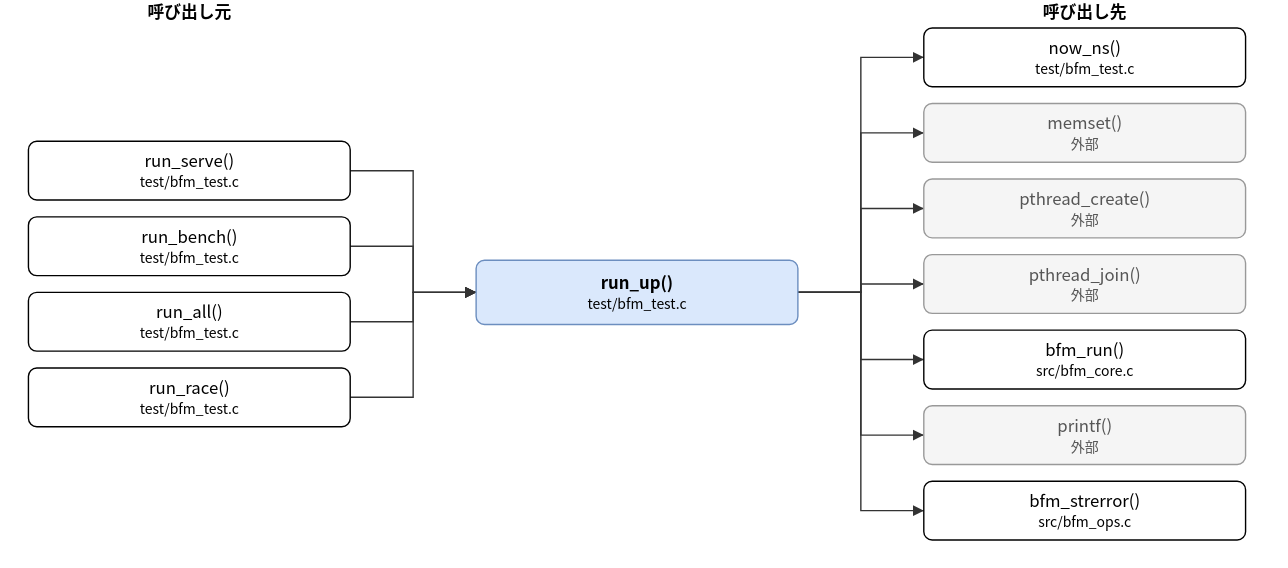
The draw.io diagram doc/spec/images/call_test_bfm_test-run_up.drawio.svg in hf355051012-ai/bfmem, before a commit. Source tidied: cells renumbered, new cells last; positions are measured from the earlier drawing's top-left corner, leaving out a move shared by most shapes.
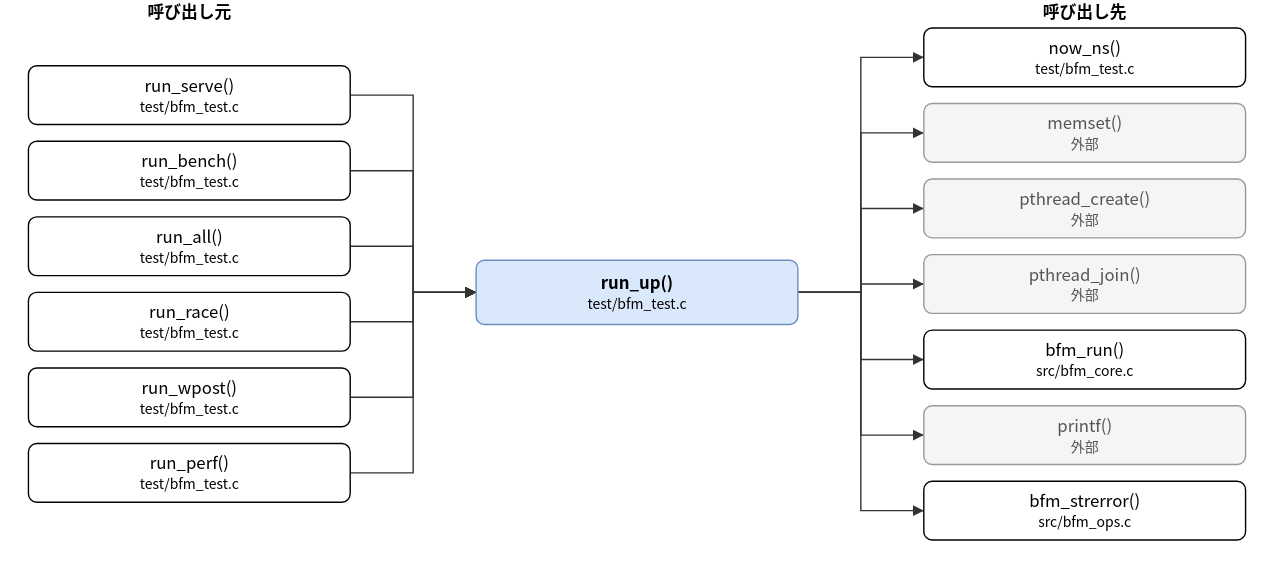
After the change.

What changed in the source:
```diff
@@ -6,17 +6,23 @@
       <mxGeometry x="320" y="186" width="230" height="46" as="geometry" />
     </mxCell>
     <mxCell id="3" value="run_serve()&lt;br&gt;&lt;font style=&quot;font-size:10px&quot;&gt;test/bfm_test.c&lt;/font&gt;" style="rounded=1;whiteSpace=wrap;html=1;" parent="1" vertex="1">
-      <mxGeometry y="101" width="230" height="42" as="geometry" />
+      <mxGeometry y="47" width="230" height="42" as="geometry" />
     </mxCell>
     <mxCell id="4" value="run_bench()&lt;br&gt;&lt;font style=&quot;font-size:10px&quot;&gt;test/bfm_test.c&lt;/font&gt;" style="rounded=1;whiteSpace=wrap;html=1;" parent="1" vertex="1">
-      <mxGeometry y="155" width="230" height="42" as="geometry" />
+      <mxGeometry y="101" width="230" height="42" as="geometry" />
     </mxCell>
     <mxCell id="5" value="run_all()&lt;br&gt;&lt;font style=&quot;font-size:10px&quot;&gt;test/bfm_test.c&lt;/font&gt;" style="rounded=1;whiteSpace=wrap;html=1;" parent="1" vertex="1">
-      <mxGeometry y="209" width="230" height="42" as="geometry" />
+      <mxGeometry y="155" width="230" height="42" as="geometry" />
     </mxCell>
     <mxCell id="6" value="run_race()&lt;br&gt;&lt;font style=&quot;font-size:10px&quot;&gt;test/bfm_test.c&lt;/font&gt;" style="rounded=1;whiteSpace=wrap;html=1;" parent="1" vertex="1">
-      <mxGeometry y="263" width="230" height="42" as="geometry" />
+      <mxGeometry y="209" width="230" height="42" as="geometry" />
     </mxCell>
+    <mxCell id="27" value="run_wpost()&lt;br&gt;&lt;font style=&quot;font-size:10px&quot;&gt;test/bfm_test.c&lt;/font&gt;" style="rounded=1;whiteSpace=wrap;html=1;" parent="1" vertex="1">
+      <mxGeometry y="263" width="230" height="42" as="geometry" />
+    </mxCell>
+    <mxCell id="28" value="run_perf()&lt;br&gt;&lt;font style=&quot;font-size:10px&quot;&gt;test/bfm_test.c&lt;/font&gt;" style="rounded=1;whiteSpace=wrap;html=1;" parent="1" vertex="1">
+      <mxGeometry y="317" width="230" height="42" as="geometry" />
+    </mxCell>
     <mxCell id="7" value="now_ns()&lt;br&gt;&lt;font style=&quot;font-size:10px&quot;&gt;test/bfm_test.c&lt;/font&gt;" style="rounded=1;whiteSpace=wrap;html=1;" parent="1" vertex="1">
       <mxGeometry x="640" y="20" width="230" height="42" as="geometry" />
     </mxCell>
@@ -41,7 +47,7 @@
     <mxCell id="14" style="edgeStyle=none;html=1;rounded=0;endArrow=block;endFill=1;exitX=1.0000;exitY=0.5000;exitDx=0;exitDy=0;exitPerimeter=0;entryX=0.0000;entryY=0.5000;entryDx=0;entryDy=0;entryPerimeter=0;" parent="1" edge="1" source="3" target="2">
       <mxGeometry relative="1" as="geometry">
         <Array as="points">
-          <mxPoint x="275" y="122" />
+          <mxPoint x="275" y="68" />
           <mxPoint x="275" y="209" />
         </Array>
       </mxGeometry>
@@ -49,7 +55,7 @@
     <mxCell id="15" style="edgeStyle=none;html=1;rounded=0;endArrow=block;endFill=1;exitX=1.0000;exitY=0.5000;exitDx=0;exitDy=0;exitPerimeter=0;entryX=0.0000;entryY=0.5000;entryDx=0;entryDy=0;entryPerimeter=0;" parent="1" edge="1" source="4" target="2">
       <mxGeometry relative="1" as="geometry">
         <Array as="points">
-          <mxPoint x="275" y="176" />
+          <mxPoint x="275" y="122" />
           <mxPoint x="275" y="209" />
         </Array>
       </mxGeometry>
@@ -57,7 +63,7 @@
     <mxCell id="16" style="edgeStyle=none;html=1;rounded=0;endArrow=block;endFill=1;exitX=1.0000;exitY=0.5000;exitDx=0;exitDy=0;exitPerimeter=0;entryX=0.0000;entryY=0.5000;entryDx=0;entryDy=0;entryPerimeter=0;" parent="1" edge="1" source="5" target="2">
       <mxGeometry relative="1" as="geometry">
         <Array as="points">
-          <mxPoint x="275" y="230" />
+          <mxPoint x="275" y="176" />
           <mxPoint x="275" y="209" />
         </Array>
       </mxGeometry>
@@ -65,67 +71,83 @@
     <mxCell id="17" style="edgeStyle=none;html=1;rounded=0;endArrow=block;endFill=1;exitX=1.0000;exitY=0.5000;exitDx=0;exitDy=0;exitPerimeter=0;entryX=0.0000;entryY=0.5000;entryDx=0;entryDy=0;entryPerimeter=0;" parent="1" edge="1" source="6" target="2">
       <mxGeometry relative="1" as="geometry">
         <Array as="points">
-          <mxPoint x="275" y="284" />
+          <mxPoint x="275" y="230" />
           <mxPoint x="275" y="209" />
         </Array>
       </mxGeometry>
     </mxCell>
-    <mxCell id="18" style="edgeStyle=none;html=1;rounded=0;endArrow=block;endFill=1;exitX=1.0000;exitY=0.5000;exitDx=0;exitDy=0;exitPerimeter=0;entryX=0.0000;entryY=0.5000;entryDx=0;entryDy=0;entryPerimeter=0;" parent="1" edge="1" source="2" target="7">
+    <mxCell id="18" style="edgeStyle=none;html=1;rounded=0;endArrow=block;endFill=1;exitX=1.0000;exitY=0.5000;exitDx=0;exitDy=0;exitPerimeter=0;entryX=0.0000;entryY=0.5000;entryDx=0;entryDy=0;entryPerimeter=0;" parent="1" edge="1" source="27" target="2">
       <mxGeometry relative="1" as="geometry">
         <Array as="points">
-          <mxPoint x="595" y="209" />
-          <mxPoint x="595" y="41" />
+          <mxPoint x="275" y="284" />
+          <mxPoint x="275" y="209" />
         </Array>
       </mxGeometry>
     </mxCell>
-    <mxCell id="19" style="edgeStyle=none;html=1;rounded=0;endArrow=block;endFill=1;exitX=1.0000;exitY=0.5000;exitDx=0;exitDy=0;exitPerimeter=0;entryX=0.0000;entryY=0.5000;entryDx=0;entryDy=0;entryPerimeter=0;" parent="1" edge="1" source="2" target="8">
+    <mxCell id="19" style="edgeStyle=none;html=1;rounded=0;endArrow=block;endFill=1;exitX=1.0000;exitY=0.5000;exitDx=0;exitDy=0;exitPerimeter=0;entryX=0.0000;entryY=0.5000;entryDx=0;entryDy=0;entryPerimeter=0;" parent="1" edge="1" source="28" target="2">
       <mxGeometry relative="1" as="geometry">
         <Array as="points">
-          <mxPoint x="595" y="209" />
-          <mxPoint x="595" y="95" />
+          <mxPoint x="275" y="338" />
+          <mxPoint x="275" y="209" />
         </Array>
       </mxGeometry>
     </mxCell>
-    <mxCell id="20" style="edgeStyle=none;html=1;rounded=0;endArrow=block;endFill=1;exitX=1.0000;exitY=0.5000;exitDx=0;exitDy=0;exitPerimeter=0;entryX=0.0000;entryY=0.5000;entryDx=0;entryDy=0;entryPerimeter=0;" parent="1" edge="1" source="2" target="9">
+    <mxCell id="20" style="edgeStyle=none;html=1;rounded=0;endArrow=block;endFill=1;exitX=1.0000;exitY=0.5000;exitDx=0;exitDy=0;exitPerimeter=0;entryX=0.0000;entryY=0.5000;entryDx=0;entryDy=0;entryPerimeter=0;" parent="1" edge="1" source="2" target="7">
       <mxGeometry relative="1" as="geometry">
         <Array as="points">
           <mxPoint x="595" y="209" />
-          <mxPoint x="595" y="149" />
+          <mxPoint x="595" y="41" />
         </Array>
       </mxGeometry>
     </mxCell>
-    <mxCell id="21" style="edgeStyle=none;html=1;rounded=0;endArrow=block;endFill=1;exitX=1.0000;exitY=0.5000;exitDx=0;exitDy=0;exitPerimeter=0;entryX=0.0000;entryY=0.5000;entryDx=0;entryDy=0;entryPerimeter=0;" parent="1" edge="1" source="2" target="10">
+    <mxCell id="21" style="edgeStyle=none;html=1;rounded=0;endArrow=block;endFill=1;exitX=1.0000;exitY=0.5000;exitDx=0;exitDy=0;exitPerimeter=0;entryX=0.0000;entryY=0.5000;entryDx=0;entryDy=0;entryPerimeter=0;" parent="1" edge="1" source="2" target="8">
       <mxGeometry relative="1" as="geometry">
         <Array as="points">
           <mxPoint x="595" y="209" />
-          <mxPoint x="595" y="203" />
+          <mxPoint x="595" y="95" />
         </Array>
       </mxGeometry>
     </mxCell>
-    <mxCell id="22" style="edgeStyle=none;html=1;rounded=0;endArrow=block;endFill=1;exitX=1.0000;exitY=0.5000;exitDx=0;exitDy=0;exitPerimeter=0;entryX=0.0000;entryY=0.5000;entryDx=0;entryDy=0;entryPerimeter=0;" parent="1" edge="1" source="2" target="11">
+    <mxCell id="22" style="edgeStyle=none;html=1;rounded=0;endArrow=block;endFill=1;exitX=1.0000;exitY=0.5000;exitDx=0;exitDy=0;exitPerimeter=0;entryX=0.0000;entryY=0.5000;entryDx=0;entryDy=0;entryPerimeter=0;" parent="1" edge="1" source="2" target="9">
       <mxGeometry relative="1" as="geometry">
         <Array as="points">
           <mxPoint x="595" y="209" />
-          <mxPoint x="595" y="257" />
+          <mxPoint x="595" y="149" />
         </Array>
       </mxGeometry>
     </mxCell>
-    <mxCell id="23" style="edgeStyle=none;html=1;rounded=0;endArrow=block;endFill=1;exitX=1.0000;exitY=0.5000;exitDx=0;exitDy=0;exitPerimeter=0;entryX=0.0000;entryY=0.5000;entryDx=0;entryDy=0;entryPerimeter=0;" parent="1" edge="1" source="2" target="12">
+    <mxCell id="23" style="edgeStyle=none;html=1;rounded=0;endArrow=block;endFill=1;exitX=1.0000;exitY=0.5000;exitDx=0;exitDy=0;exitPerimeter=0;entryX=0.0000;entryY=0.5000;entryDx=0;entryDy=0;entryPerimeter=0;" parent="1" edge="1" source="2" target="10">
       <mxGeometry relative="1" as="geometry">
         <Array as="points">
           <mxPoint x="595" y="209" />
-          <mxPoint x="595" y="311" />
+          <mxPoint x="595" y="203" />
         </Array>
       </mxGeometry>
     </mxCell>
-    <mxCell id="24" style="edgeStyle=none;html=1;rounded=0;endArrow=block;endFill=1;exitX=1.0000;exitY=0.5000;exitDx=0;exitDy=0;exitPerimeter=0;entryX=0.0000;entryY=0.5000;entryDx=0;entryDy=0;entryPerimeter=0;" parent="1" edge="1" source="2" target="13">
+    <mxCell id="24" style="edgeStyle=none;html=1;rounded=0;endArrow=block;endFill=1;exitX=1.0000;exitY=0.5000;exitDx=0;exitDy=0;exitPerimeter=0;entryX=0.0000;entryY=0.5000;entryDx=0;entryDy=0;entryPerimeter=0;" parent="1" edge="1" source="2" target="11">
       <mxGeometry relative="1" as="geometry">
         <Array as="points">
           <mxPoint x="595" y="209" />
-          <mxPoint x="595" y="365" />
+          <mxPoint x="595" y="257" />
         </Array>
       </mxGeometry>
     </mxCell>
+    <mxCell id="29" style="edgeStyle=none;html=1;rounded=0;endArrow=block;endFill=1;exitX=1.0000;exitY=0.5000;exitDx=0;exitDy=0;exitPerimeter=0;entryX=0.0000;entryY=0.5000;entryDx=0;entryDy=0;entryPerimeter=0;" parent="1" edge="1" source="2" target="12">
+      <mxGeometry relative="1" as="geometry">
+        <Array as="points">
+          <mxPoint x="595" y="209" />
+          <mxPoint x="595" y="311" />
+        </Array>
+      </mxGeometry>
+    </mxCell>
+    <mxCell id="30" style="edgeStyle=none;html=1;rounded=0;endArrow=block;endFill=1;exitX=1.0000;exitY=0.5000;exitDx=0;exitDy=0;exitPerimeter=0;entryX=0.0000;entryY=0.5000;entryDx=0;entryDy=0;entryPerimeter=0;" parent="1" edge="1" source="2" target="13">
+      <mxGeometry relative="1" as="geometry">
+        <Array as="points">
+          <mxPoint x="595" y="209" />
+          <mxPoint x="595" y="365" />
+        </Array>
+      </mxGeometry>
+    </mxCell>
     <mxCell id="25" value="呼び出し元" style="text;html=1;align=center;fontStyle=1;" parent="1" vertex="1">
       <mxGeometry x="35" width="160" height="18" as="geometry" />
     </mxCell>
```
